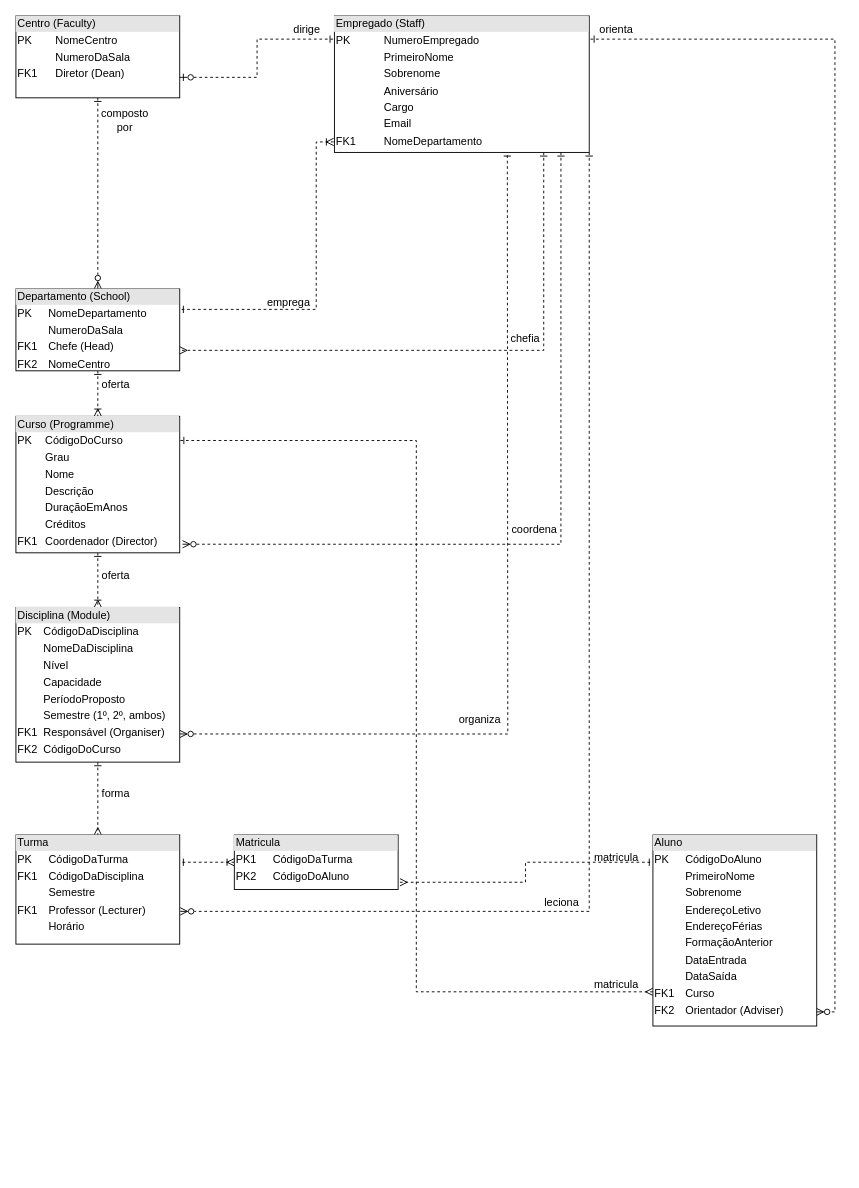
PabloBF/SQL_UEA keeps this draw.io diagram as Untitled Diagram.drawio. Above is the earlier version. Source tidied: cells renumbered, new cells numbered last; positions are measured from the earlier drawing's top-left corner, leaving out a move shared by most shapes. Both pictures are drawn from the tidied source at 91%, with x=0, y=0 at pixel (15, 15).
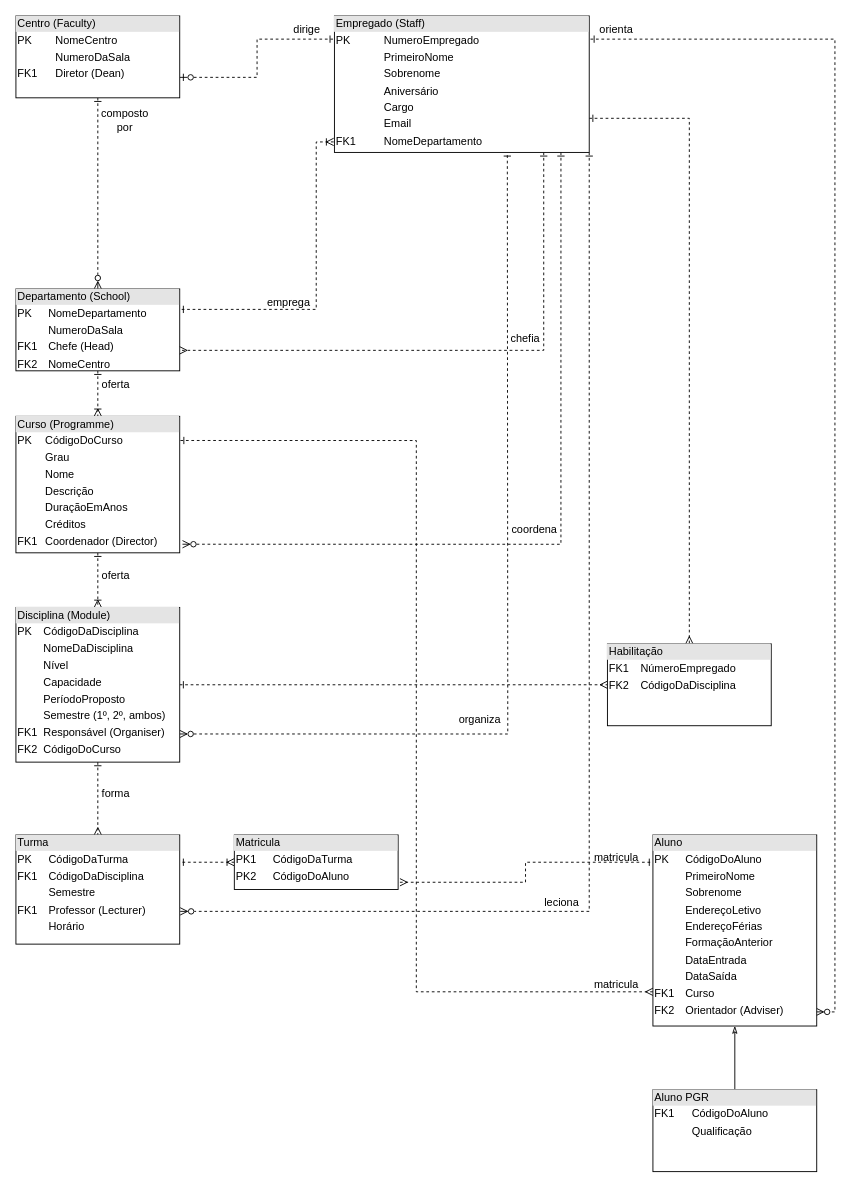
Above is the later version.

The change refers to these unchanged cells:
```xml
<mxCell id="11" value="&lt;div style=&quot;box-sizing:border-box;width:100%;background:#e4e4e4;padding:2px;&quot;&gt;Empregado (Staff)&lt;/div&gt;&lt;table style=&quot;width:100%;font-size:1em;&quot; cellpadding=&quot;2&quot; cellspacing=&quot;0&quot;&gt;&lt;tbody&gt;&lt;tr&gt;&lt;td&gt;PK&lt;/td&gt;&lt;td&gt;NumeroEmpregado&lt;/td&gt;&lt;/tr&gt;&lt;tr&gt;&lt;td&gt;&lt;br&gt;&lt;/td&gt;&lt;td&gt;PrimeiroNome&lt;/td&gt;&lt;/tr&gt;&lt;tr&gt;&lt;td&gt;&lt;br&gt;&lt;/td&gt;&lt;td&gt;Sobrenome&lt;/td&gt;&lt;/tr&gt;&lt;tr&gt;&lt;td&gt;&lt;br&gt;&lt;/td&gt;&lt;td&gt;Aniversário&lt;/td&gt;&lt;/tr&gt;&lt;tr&gt;&lt;td&gt;&lt;br&gt;&lt;/td&gt;&lt;td&gt;Cargo&lt;/td&gt;&lt;/tr&gt;&lt;tr&gt;&lt;td&gt;&lt;br&gt;&lt;/td&gt;&lt;td&gt;Email&lt;/td&gt;&lt;/tr&gt;&lt;tr&gt;&lt;td&gt;FK1&lt;/td&gt;&lt;td&gt;NomeDepartamento&lt;/td&gt;&lt;/tr&gt;&lt;tr&gt;&lt;td&gt;&lt;/td&gt;&lt;td&gt;&lt;br&gt;&lt;/td&gt;&lt;/tr&gt;&lt;/tbody&gt;&lt;/table&gt;" style="verticalAlign=top;align=left;overflow=fill;html=1;" parent="1" vertex="1">
  <mxGeometry x="350" width="280" height="150" as="geometry" />
</mxCell>
<mxCell id="23" value="&lt;div style=&quot;box-sizing:border-box;width:100%;background:#e4e4e4;padding:2px;&quot;&gt;Disciplina (Module)&lt;/div&gt;&lt;table style=&quot;width:100%;font-size:1em;&quot; cellpadding=&quot;2&quot; cellspacing=&quot;0&quot;&gt;&lt;tbody&gt;&lt;tr&gt;&lt;td&gt;PK&lt;/td&gt;&lt;td&gt;CódigoDaDisciplina&lt;/td&gt;&lt;/tr&gt;&lt;tr&gt;&lt;td&gt;&lt;br&gt;&lt;/td&gt;&lt;td&gt;NomeDaDisciplina&lt;/td&gt;&lt;/tr&gt;&lt;tr&gt;&lt;td&gt;&lt;/td&gt;&lt;td&gt;Nível&lt;/td&gt;&lt;/tr&gt;&lt;tr&gt;&lt;td&gt;&lt;br&gt;&lt;/td&gt;&lt;td&gt;Capacidade&lt;/td&gt;&lt;/tr&gt;&lt;tr&gt;&lt;td&gt;&lt;br&gt;&lt;/td&gt;&lt;td&gt;PeríodoProposto&lt;/td&gt;&lt;/tr&gt;&lt;tr&gt;&lt;td&gt;&lt;br&gt;&lt;/td&gt;&lt;td&gt;Semestre (1º, 2º, ambos)&lt;/td&gt;&lt;/tr&gt;&lt;tr&gt;&lt;td&gt;FK1&lt;/td&gt;&lt;td&gt;Responsável (Organiser)&lt;/td&gt;&lt;/tr&gt;&lt;tr&gt;&lt;td&gt;FK2&lt;/td&gt;&lt;td&gt;CódigoDoCurso&lt;/td&gt;&lt;/tr&gt;&lt;/tbody&gt;&lt;/table&gt;" style="verticalAlign=top;align=left;overflow=fill;html=1;" parent="1" vertex="1">
  <mxGeometry y="650" width="180" height="170" as="geometry" />
</mxCell>
<mxCell id="33" value="&lt;div style=&quot;box-sizing:border-box;width:100%;background:#e4e4e4;padding:2px;&quot;&gt;Aluno&lt;/div&gt;&lt;table style=&quot;width:100%;font-size:1em;&quot; cellpadding=&quot;2&quot; cellspacing=&quot;0&quot;&gt;&lt;tbody&gt;&lt;tr&gt;&lt;td&gt;PK&lt;/td&gt;&lt;td&gt;CódigoDoAluno&lt;/td&gt;&lt;/tr&gt;&lt;tr&gt;&lt;td&gt;&lt;br&gt;&lt;/td&gt;&lt;td&gt;PrimeiroNome&lt;/td&gt;&lt;/tr&gt;&lt;tr&gt;&lt;td&gt;&lt;/td&gt;&lt;td&gt;Sobrenome&lt;/td&gt;&lt;/tr&gt;&lt;tr&gt;&lt;td&gt;&lt;br&gt;&lt;/td&gt;&lt;td&gt;EndereçoLetivo&lt;/td&gt;&lt;/tr&gt;&lt;tr&gt;&lt;td&gt;&lt;br&gt;&lt;/td&gt;&lt;td&gt;EndereçoFérias&lt;/td&gt;&lt;/tr&gt;&lt;tr&gt;&lt;td&gt;&lt;br&gt;&lt;/td&gt;&lt;td&gt;FormaçãoAnterior&lt;/td&gt;&lt;/tr&gt;&lt;tr&gt;&lt;td&gt;&lt;br&gt;&lt;/td&gt;&lt;td&gt;DataEntrada&lt;/td&gt;&lt;/tr&gt;&lt;tr&gt;&lt;td&gt;&lt;br&gt;&lt;/td&gt;&lt;td&gt;DataSaída&lt;/td&gt;&lt;/tr&gt;&lt;tr&gt;&lt;td&gt;FK1&lt;/td&gt;&lt;td&gt;Curso&lt;/td&gt;&lt;/tr&gt;&lt;tr&gt;&lt;td&gt;FK2&lt;/td&gt;&lt;td&gt;Orientador (Adviser)&lt;/td&gt;&lt;/tr&gt;&lt;/tbody&gt;&lt;/table&gt;" style="verticalAlign=top;align=left;overflow=fill;html=1;" parent="1" vertex="1">
  <mxGeometry x="700" y="900" width="180" height="210" as="geometry" />
</mxCell>
```

Change to the diagram source:
```diff
@@
+    <mxCell id="37" style="edgeStyle=orthogonalEdgeStyle;rounded=0;jettySize=auto;html=1;exitX=1;exitY=0.75;exitDx=0;exitDy=0;dashed=1;startArrow=ERone;startFill=0;endArrow=ERmany;endFill=0;" parent="1" edge="1" source="11" target="41">
+      <mxGeometry relative="1" as="geometry" />
+    </mxCell>
@@
+    <mxCell id="38" style="edgeStyle=orthogonalEdgeStyle;rounded=0;jettySize=auto;html=1;entryX=0;entryY=0.5;entryDx=0;entryDy=0;endArrow=ERmany;endFill=0;dashed=1;startArrow=ERone;startFill=0;" parent="1" edge="1" source="23" target="41">
+      <mxGeometry relative="1" as="geometry" />
+    </mxCell>
@@
+    <mxCell id="39" style="edgeStyle=orthogonalEdgeStyle;rounded=0;jettySize=auto;html=1;entryX=0.5;entryY=1;entryDx=0;entryDy=0;endArrow=classicThin;endFill=0;" parent="1" edge="1" source="40" target="33">
+      <mxGeometry relative="1" as="geometry" />
+    </mxCell>
+    <mxCell id="40" value="&lt;div style=&quot;box-sizing:border-box;width:100%;background:#e4e4e4;padding:2px;&quot;&gt;Aluno PGR&lt;/div&gt;&lt;table style=&quot;width:100%;font-size:1em;&quot; cellpadding=&quot;2&quot; cellspacing=&quot;0&quot;&gt;&lt;tbody&gt;&lt;tr&gt;&lt;td&gt;FK1&lt;/td&gt;&lt;td&gt;CódigoDoAluno&lt;/td&gt;&lt;/tr&gt;&lt;tr&gt;&lt;td&gt;&lt;br&gt;&lt;/td&gt;&lt;td&gt;Qualificação&lt;/td&gt;&lt;/tr&gt;&lt;/tbody&gt;&lt;/table&gt;" style="verticalAlign=top;align=left;overflow=fill;html=1;" parent="1" vertex="1">
+      <mxGeometry x="700" y="1180" width="180" height="90" as="geometry" />
+    </mxCell>
+    <mxCell id="41" value="&lt;div style=&quot;box-sizing:border-box;width:100%;background:#e4e4e4;padding:2px;&quot;&gt;Habilitação&lt;/div&gt;&lt;table style=&quot;width:100%;font-size:1em;&quot; cellpadding=&quot;2&quot; cellspacing=&quot;0&quot;&gt;&lt;tbody&gt;&lt;tr&gt;&lt;td&gt;FK1&lt;/td&gt;&lt;td&gt;NúmeroEmpregado&lt;/td&gt;&lt;/tr&gt;&lt;tr&gt;&lt;td&gt;FK2&lt;/td&gt;&lt;td&gt;CódigoDaDisciplina&lt;/td&gt;&lt;/tr&gt;&lt;/tbody&gt;&lt;/table&gt;" style="verticalAlign=top;align=left;overflow=fill;html=1;" parent="1" vertex="1">
+      <mxGeometry x="650" y="690" width="180" height="90" as="geometry" />
+    </mxCell>
```
